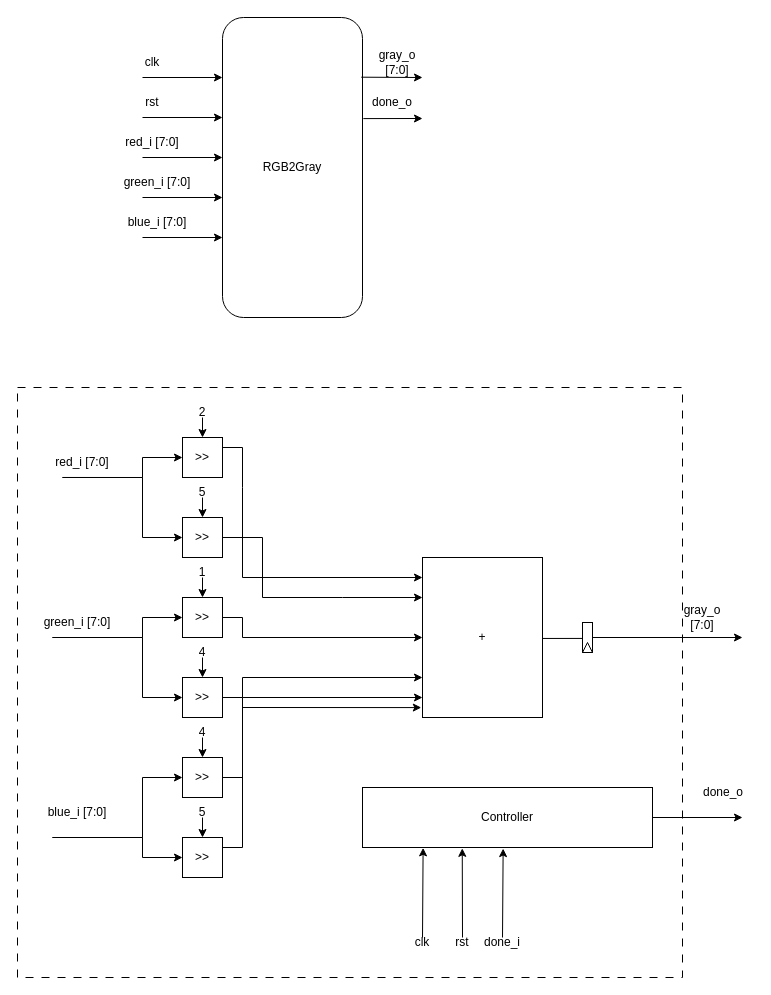
The draw.io diagram Draw/InputModules/RGB2Gray.drawio in Hieuueihm/Thesis, before the edit. Source tidied: cells renumbered, new cells numbered last; positions are measured from the earlier drawing's top-left corner, leaving out a move shared by most shapes. Both pictures are drawn from the tidied source at 100%, with x=0, y=0 at pixel (17, 17).
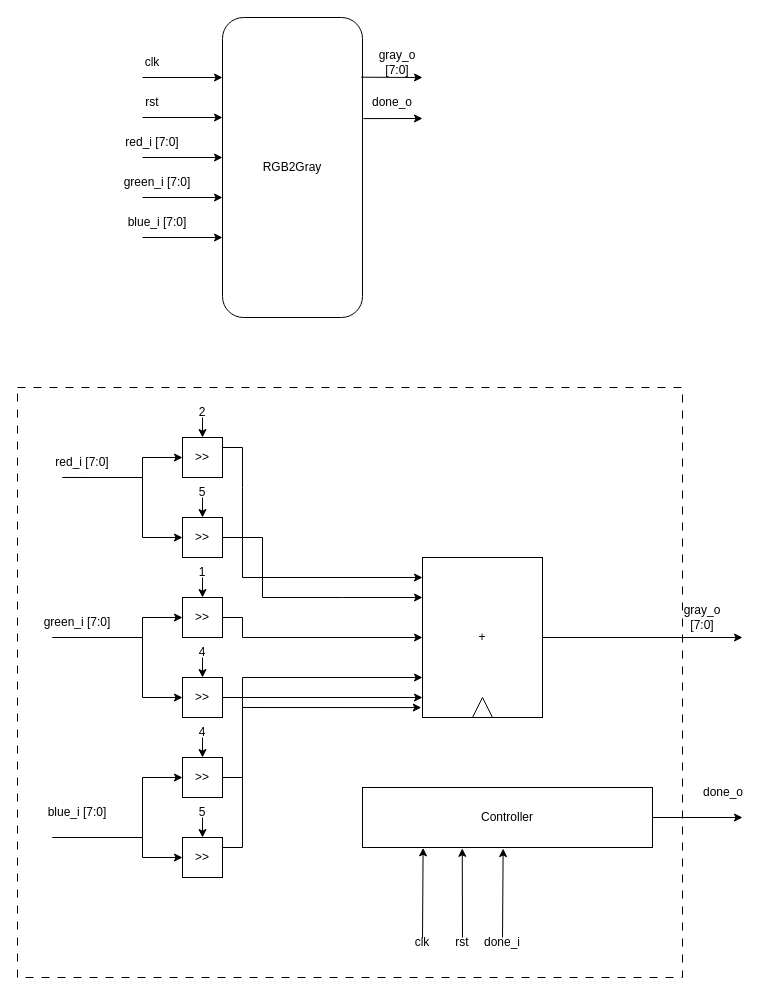
The same page after the edit.

The change refers to these unchanged cells:
```xml
<mxCell id="51" value="+" style="rounded=0;whiteSpace=wrap;html=1;" parent="1" vertex="1">
  <mxGeometry x="405" y="540" width="120" height="160" as="geometry" />
</mxCell>
```

Diff of the diagram source:
```diff
@@
-    <mxCell id="52" style="rounded=0;whiteSpace=wrap;html=1;" parent="1" vertex="1">
-      <mxGeometry x="565" y="605" width="10" height="30" as="geometry" />
-    </mxCell>
     <mxCell id="53" style="triangle;whiteSpace=wrap;html=1;direction=north;" parent="1" vertex="1">
-      <mxGeometry x="565" y="625" width="10" height="10" as="geometry" />
+      <mxGeometry x="455" y="680" width="20" height="20" as="geometry" />
     </mxCell>
-    <mxCell id="54" style="endArrow=classic;html=1;rounded=0;exitX=1;exitY=0.5;exitDx=0;exitDy=0;" parent="1" edge="1" source="52">
+    <mxCell id="54" style="endArrow=classic;html=1;rounded=0;exitX=1;exitY=0.5;exitDx=0;exitDy=0;" parent="1" edge="1" source="51">
       <mxGeometry relative="1" as="geometry">
         <mxPoint x="725" y="620" as="targetPoint" />
       </mxGeometry>
     </mxCell>
@@
-    <mxCell id="65" style="endArrow=none;html=1;rounded=0;entryX=-0.019;entryY=0.531;entryDx=0;entryDy=0;entryPerimeter=0;exitX=0.997;exitY=0.506;exitDx=0;exitDy=0;exitPerimeter=0;" parent="1" edge="1" source="51" target="52">
-      <mxGeometry relative="1" as="geometry" />
-    </mxCell>
```
